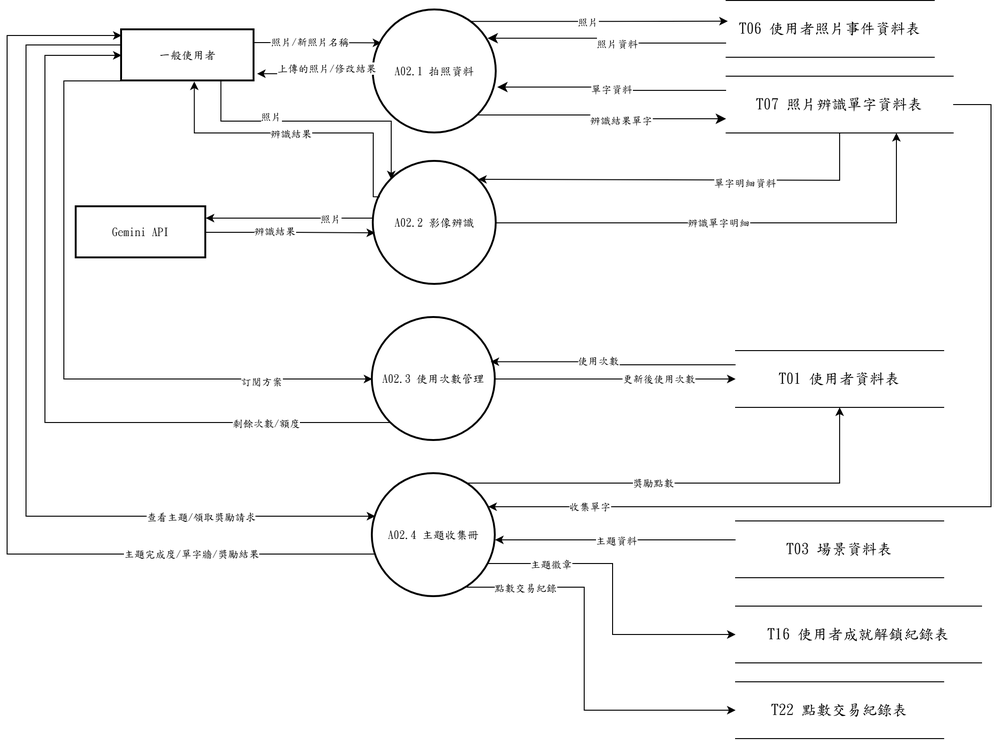
Above: 系統文件/第6章/DFD圖/圖2/新/圖2.drawio.png in s22452007/115502 (draw.io), before the change. Source tidied: cells renumbered, new cells last; positions are measured from the earlier drawing's top-left corner, leaving out a move shared by most shapes.
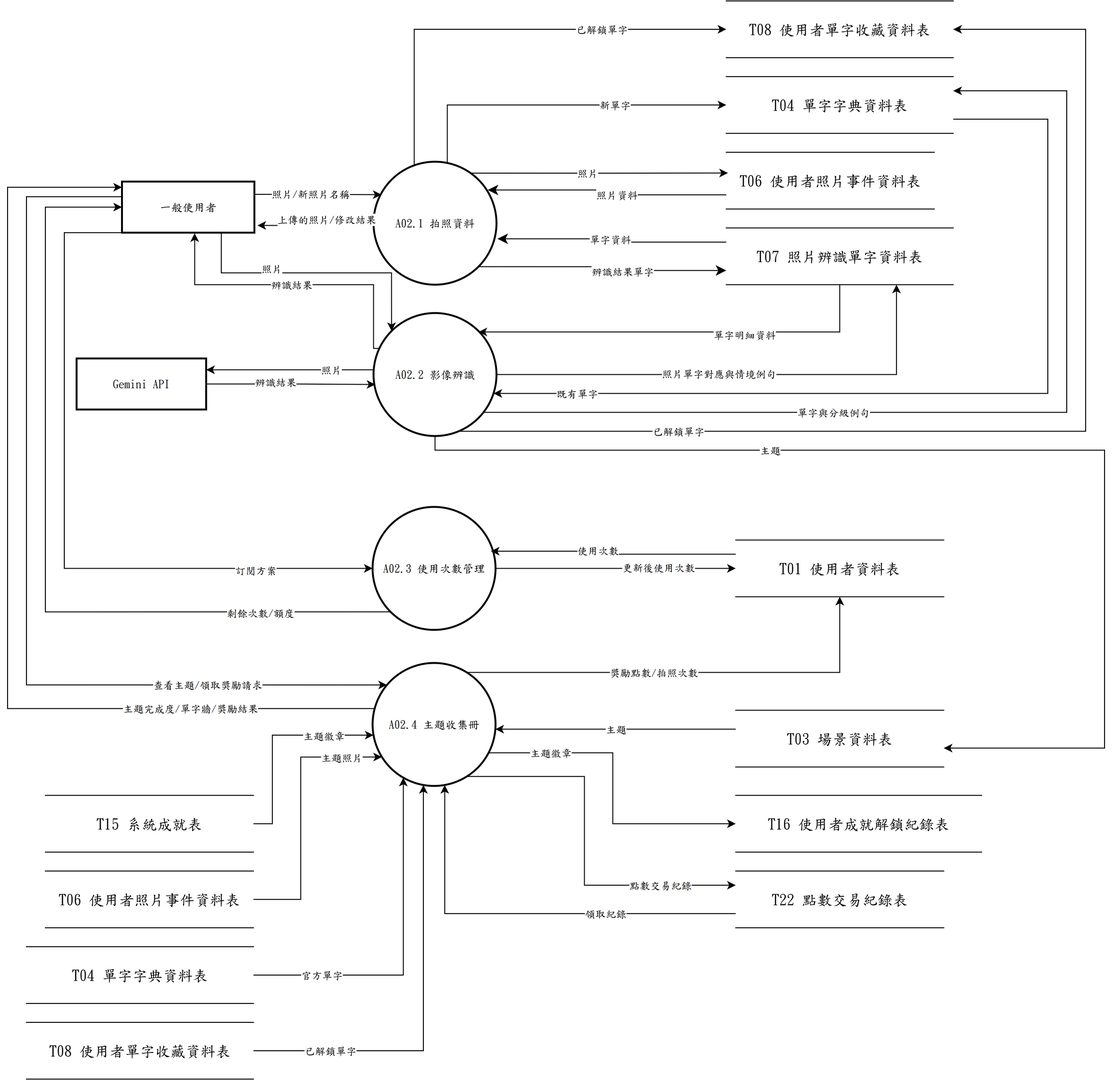
The same file after the commit.

What changed in the source:
```diff
@@ -12,7 +12,7 @@
       <mxGeometry relative="1" as="geometry">
         <Array as="points">
           <mxPoint x="60" y="85" />
-          <mxPoint x="60" y="400" />
+          <mxPoint x="60" y="440" />
         </Array>
       </mxGeometry>
     </mxCell>
@@ -106,7 +106,7 @@
         </Array>
       </mxGeometry>
     </mxCell>
-    <mxCell id="28" value="辨識單字明細" style="edgeLabel;html=1;align=center;verticalAlign=middle;fontFamily=標楷體;" parent="27" vertex="1">
+    <mxCell id="28" value="照片單字對應與情境例句" style="edgeLabel;html=1;align=center;verticalAlign=middle;fontFamily=標楷體;" parent="27" vertex="1">
       <mxGeometry x="-0.09" y="1" relative="1" as="geometry" />
     </mxCell>
     <mxCell id="29" value="A02.2 影像辨識" style="ellipse;strokeWidth=2;whiteSpace=wrap;fontFamily=標楷體;" parent="1" vertex="1">
@@ -133,7 +133,7 @@
     <mxCell id="34" style="edgeStyle=orthogonalEdgeStyle;rounded=0;jettySize=auto;html=1;exitX=0;exitY=1;exitDx=0;exitDy=0;entryX=0;entryY=0.5;entryDx=0;entryDy=0;" parent="1" edge="1" source="38" target="6">
       <mxGeometry relative="1" as="geometry">
         <Array as="points">
-          <mxPoint x="40" y="446" />
+          <mxPoint x="40" y="486" />
           <mxPoint x="40" y="58" />
         </Array>
       </mxGeometry>
@@ -152,10 +152,10 @@
       </mxGeometry>
     </mxCell>
     <mxCell id="38" value="A02.3 使用次數管理" style="ellipse;strokeWidth=2;whiteSpace=wrap;fontFamily=標楷體;" parent="1" vertex="1">
-      <mxGeometry x="386" y="335" width="130" height="130" as="geometry" />
+      <mxGeometry x="386" y="375" width="130" height="130" as="geometry" />
     </mxCell>
     <mxCell id="39" value="&lt;span lang=&quot;EN-US&quot; style=&quot;font-size: 12pt;&quot;&gt;T01&amp;nbsp;&lt;/span&gt;&lt;span style=&quot;font-size: 12pt;&quot;&gt;使用者資料表&lt;/span&gt;" style="shape=partialRectangle;whiteSpace=wrap;html=1;left=0;right=0;fontFamily=標楷體;fontSize=12;" parent="1" vertex="1">
-      <mxGeometry x="770" y="370" width="220" height="60" as="geometry" />
+      <mxGeometry x="770" y="410" width="220" height="60" as="geometry" />
     </mxCell>
     <mxCell id="40" style="edgeStyle=orthogonalEdgeStyle;rounded=0;jettySize=auto;html=1;exitX=0;exitY=0.25;exitDx=0;exitDy=0;entryX=0.962;entryY=0.36;entryDx=0;entryDy=0;entryPerimeter=0;" parent="1" edge="1" source="39" target="38">
       <mxGeometry relative="1" as="geometry" />
@@ -164,32 +164,32 @@
       <mxGeometry x="0.14" y="-1" relative="1" as="geometry" />
     </mxCell>
     <mxCell id="42" value="A02.4 主題收集冊" style="ellipse;strokeWidth=2;whiteSpace=wrap;fontFamily=標楷體;" parent="1" vertex="1">
-      <mxGeometry x="386" y="500" width="130" height="130" as="geometry" />
+      <mxGeometry x="386" y="540" width="130" height="130" as="geometry" />
     </mxCell>
     <mxCell id="43" value="&lt;span lang=&quot;EN-US&quot; style=&quot;font-size: 12pt;&quot;&gt;T03&amp;nbsp;&lt;/span&gt;&lt;span style=&quot;font-size: 12pt;&quot;&gt;場景資料表&lt;/span&gt;" style="shape=partialRectangle;whiteSpace=wrap;html=1;left=0;right=0;fontFamily=標楷體;" parent="1" vertex="1">
-      <mxGeometry x="770" y="550" width="220" height="60" as="geometry" />
+      <mxGeometry x="770" y="590" width="220" height="60" as="geometry" />
     </mxCell>
     <mxCell id="44" value="&lt;span lang=&quot;EN-US&quot; style=&quot;font-size: 12pt;&quot;&gt;T16&amp;nbsp;&lt;/span&gt;&lt;span style=&quot;font-size: 12pt;&quot;&gt;使用者成就解鎖紀錄表&lt;/span&gt;" style="shape=partialRectangle;whiteSpace=wrap;html=1;left=0;right=0;fontFamily=標楷體;" parent="1" vertex="1">
-      <mxGeometry x="770" y="640" width="260" height="60" as="geometry" />
+      <mxGeometry x="770" y="680" width="260" height="60" as="geometry" />
     </mxCell>
     <mxCell id="45" value="&lt;span lang=&quot;EN-US&quot; style=&quot;font-size: 12pt;&quot;&gt;T22&amp;nbsp;&lt;/span&gt;&lt;span style=&quot;font-size: 12pt;&quot;&gt;點數交易紀錄表&lt;/span&gt;" style="shape=partialRectangle;whiteSpace=wrap;html=1;left=0;right=0;fontFamily=標楷體;" parent="1" vertex="1">
-      <mxGeometry x="770" y="720" width="220" height="60" as="geometry" />
+      <mxGeometry x="770" y="760" width="220" height="60" as="geometry" />
     </mxCell>
-    <mxCell id="46" style="edgeStyle=orthogonalEdgeStyle;rounded=0;jettySize=auto;html=1;exitX=0.0000;exitY=0.2963;exitDx=0;exitDy=0;exitPerimeter=0;entryX=0.0243;entryY=0.3462;entryDx=0;entryDy=0;entryPerimeter=0;" parent="1" edge="1" source="6" target="42">
+    <mxCell id="46" style="edgeStyle=orthogonalEdgeStyle;rounded=0;jettySize=auto;html=1;exitX=0.0000;exitY=0.2963;exitDx=0;exitDy=0;exitPerimeter=0;entryX=0.1170;entryY=0.1786;entryDx=0;entryDy=0;entryPerimeter=0;" parent="1" edge="1" source="6" target="42">
       <mxGeometry relative="1" as="geometry">
         <Array as="points">
           <mxPoint x="20" y="47" />
-          <mxPoint x="20" y="545" />
+          <mxPoint x="20" y="563.2" />
         </Array>
       </mxGeometry>
     </mxCell>
     <mxCell id="47" value="查看主題/領取獎勵請求" style="edgeLabel;html=1;align=center;verticalAlign=middle;fontFamily=標楷體;" parent="46" vertex="1">
       <mxGeometry x="0.62" relative="1" as="geometry" />
     </mxCell>
-    <mxCell id="48" style="edgeStyle=orthogonalEdgeStyle;rounded=0;jettySize=auto;html=1;exitX=0.0243;exitY=0.6538;exitDx=0;exitDy=0;exitPerimeter=0;entryX=0.0000;entryY=0.1111;entryDx=0;entryDy=0;entryPerimeter=0;" parent="1" edge="1" source="42" target="6">
+    <mxCell id="48" style="edgeStyle=orthogonalEdgeStyle;rounded=0;jettySize=auto;html=1;exitX=0.0170;exitY=0.3706;exitDx=0;exitDy=0;exitPerimeter=0;entryX=0.0000;entryY=0.1111;entryDx=0;entryDy=0;entryPerimeter=0;" parent="1" edge="1" source="42" target="6">
       <mxGeometry relative="1" as="geometry">
         <Array as="points">
-          <mxPoint y="585" />
+          <mxPoint y="588.2" />
           <mxPoint y="37" />
         </Array>
       </mxGeometry>
@@ -200,51 +200,175 @@
     <mxCell id="50" style="edgeStyle=orthogonalEdgeStyle;rounded=0;jettySize=auto;html=1;exitX=0.7665;exitY=0.0769;exitDx=0;exitDy=0;exitPerimeter=0;entryX=0.5000;entryY=1.0000;entryDx=0;entryDy=0;entryPerimeter=0;" parent="1" edge="1" source="42" target="39">
       <mxGeometry relative="1" as="geometry">
         <Array as="points">
-          <mxPoint x="880" y="510" />
+          <mxPoint x="880" y="550" />
         </Array>
       </mxGeometry>
     </mxCell>
-    <mxCell id="51" value="獎勵點數" style="edgeLabel;html=1;align=center;verticalAlign=middle;fontFamily=標楷體;" parent="50" vertex="1">
+    <mxCell id="51" value="獎勵點數/拍照次數" style="edgeLabel;html=1;align=center;verticalAlign=middle;fontFamily=標楷體;" parent="50" vertex="1">
       <mxGeometry x="-0.17" relative="1" as="geometry" />
     </mxCell>
-    <mxCell id="52" style="edgeStyle=orthogonalEdgeStyle;rounded=0;jettySize=auto;html=1;exitX=1.0000;exitY=0.5000;exitDx=0;exitDy=0;exitPerimeter=0;entryX=0.9436;entryY=0.2692;entryDx=0;entryDy=0;entryPerimeter=0;" parent="1" edge="1" source="13" target="42">
-      <mxGeometry relative="1" as="geometry">
-        <Array as="points">
-          <mxPoint x="1040" y="110" />
-          <mxPoint x="1040" y="535" />
-        </Array>
-      </mxGeometry>
-    </mxCell>
-    <mxCell id="53" value="收集單字" style="edgeLabel;html=1;align=center;verticalAlign=middle;fontFamily=標楷體;" parent="52" vertex="1">
-      <mxGeometry x="0.79" relative="1" as="geometry" />
-    </mxCell>
     <mxCell id="54" style="edgeStyle=orthogonalEdgeStyle;rounded=0;jettySize=auto;html=1;exitX=0.0000;exitY=0.3333;exitDx=0;exitDy=0;exitPerimeter=0;entryX=0.9985;entryY=0.5385;entryDx=0;entryDy=0;entryPerimeter=0;" parent="1" edge="1" source="43" target="42">
       <mxGeometry relative="1" as="geometry" />
     </mxCell>
-    <mxCell id="55" value="主題資料" style="edgeLabel;html=1;align=center;verticalAlign=middle;fontFamily=標楷體;" parent="54" vertex="1">
+    <mxCell id="55" value="主題" style="edgeLabel;html=1;align=center;verticalAlign=middle;fontFamily=標楷體;" parent="54" vertex="1">
       <mxGeometry relative="1" as="geometry" />
     </mxCell>
     <mxCell id="56" style="edgeStyle=orthogonalEdgeStyle;rounded=0;jettySize=auto;html=1;exitX=0.9436;exitY=0.7308;exitDx=0;exitDy=0;exitPerimeter=0;entryX=0.0000;entryY=0.5000;entryDx=0;entryDy=0;entryPerimeter=0;" parent="1" edge="1" source="42" target="44">
       <mxGeometry relative="1" as="geometry">
         <Array as="points">
-          <mxPoint x="640" y="595" />
-          <mxPoint x="640" y="670" />
+          <mxPoint x="640" y="635" />
+          <mxPoint x="640" y="710" />
         </Array>
       </mxGeometry>
     </mxCell>
     <mxCell id="57" value="主題徽章" style="edgeLabel;html=1;align=center;verticalAlign=middle;fontFamily=標楷體;" parent="56" vertex="1">
       <mxGeometry x="-0.61" relative="1" as="geometry" />
     </mxCell>
-    <mxCell id="58" style="edgeStyle=orthogonalEdgeStyle;rounded=0;jettySize=auto;html=1;exitX=0.7665;exitY=0.9231;exitDx=0;exitDy=0;exitPerimeter=0;entryX=0.0000;entryY=0.5000;entryDx=0;entryDy=0;entryPerimeter=0;" parent="1" edge="1" source="42" target="45">
+    <mxCell id="58" style="edgeStyle=orthogonalEdgeStyle;rounded=0;jettySize=auto;html=1;exitX=0.7665;exitY=0.9231;exitDx=0;exitDy=0;exitPerimeter=0;entryX=0.0000;entryY=0.2500;entryDx=0;entryDy=0;entryPerimeter=0;" parent="1" edge="1" source="42" target="45">
       <mxGeometry relative="1" as="geometry">
         <Array as="points">
-          <mxPoint x="610" y="620" />
-          <mxPoint x="610" y="750" />
+          <mxPoint x="610" y="660" />
+          <mxPoint x="610" y="775" />
         </Array>
       </mxGeometry>
     </mxCell>
     <mxCell id="59" value="點數交易紀錄" style="edgeLabel;html=1;align=center;verticalAlign=middle;fontFamily=標楷體;" parent="58" vertex="1">
-      <mxGeometry x="-0.7" relative="1" as="geometry" />
+      <mxGeometry x="0.6" relative="1" as="geometry" />
     </mxCell>
+    <mxCell id="60" value="&lt;span lang=&quot;EN-US&quot; style=&quot;font-size: 12pt;&quot;&gt;T08&amp;nbsp;&lt;/span&gt;&lt;span style=&quot;font-size: 12pt;&quot;&gt;使用者單字收藏資料表&lt;/span&gt;" style="shape=partialRectangle;whiteSpace=wrap;html=1;left=0;right=0;fontFamily=標楷體;" parent="1" vertex="1">
+      <mxGeometry x="760" y="-160" width="240" height="60" as="geometry" />
+    </mxCell>
+    <mxCell id="61" value="&lt;span lang=&quot;EN-US&quot; style=&quot;font-size: 12pt;&quot;&gt;T04&amp;nbsp;&lt;/span&gt;&lt;span style=&quot;font-size: 12pt;&quot;&gt;單字字典資料表&lt;/span&gt;" style="shape=partialRectangle;whiteSpace=wrap;html=1;left=0;right=0;fontFamily=標楷體;" parent="1" vertex="1">
+      <mxGeometry x="760" y="-80" width="240" height="60" as="geometry" />
+    </mxCell>
+    <mxCell id="62" style="edgeStyle=orthogonalEdgeStyle;rounded=0;jettySize=auto;html=1;exitX=0.3308;exitY=0.0295;exitDx=0;exitDy=0;exitPerimeter=0;entryX=0.0000;entryY=0.5000;entryDx=0;entryDy=0;entryPerimeter=0;" parent="1" edge="1" source="9" target="60">
+      <mxGeometry relative="1" as="geometry">
+        <Array as="points">
+          <mxPoint x="430" y="-130" />
+        </Array>
+      </mxGeometry>
+    </mxCell>
+    <mxCell id="63" value="已解鎖單字" style="edgeLabel;html=1;align=center;verticalAlign=middle;fontFamily=標楷體;" parent="62" vertex="1">
+      <mxGeometry x="0.44" relative="1" as="geometry" />
+    </mxCell>
+    <mxCell id="64" style="edgeStyle=orthogonalEdgeStyle;rounded=0;jettySize=auto;html=1;exitX=0.6000;exitY=0.0101;exitDx=0;exitDy=0;exitPerimeter=0;entryX=0.0000;entryY=0.5000;entryDx=0;entryDy=0;entryPerimeter=0;" parent="1" edge="1" source="9" target="61">
+      <mxGeometry relative="1" as="geometry">
+        <Array as="points">
+          <mxPoint x="465" y="-50" />
+        </Array>
+      </mxGeometry>
+    </mxCell>
+    <mxCell id="65" value="新單字" style="edgeLabel;html=1;align=center;verticalAlign=middle;fontFamily=標楷體;" parent="64" vertex="1">
+      <mxGeometry x="0.34" relative="1" as="geometry" />
+    </mxCell>
+    <mxCell id="66" style="edgeStyle=orthogonalEdgeStyle;rounded=0;jettySize=auto;html=1;exitX=1.0000;exitY=0.7500;exitDx=0;exitDy=0;exitPerimeter=0;entryX=0.9757;entryY=0.6538;entryDx=0;entryDy=0;entryPerimeter=0;" parent="1" edge="1" source="61" target="29">
+      <mxGeometry relative="1" as="geometry">
+        <Array as="points">
+          <mxPoint x="1100" y="-35" />
+          <mxPoint x="1100" y="255" />
+        </Array>
+      </mxGeometry>
+    </mxCell>
+    <mxCell id="67" value="既有單字" style="edgeLabel;html=1;align=center;verticalAlign=middle;fontFamily=標楷體;" parent="66" vertex="1">
+      <mxGeometry x="0.82" relative="1" as="geometry" />
+    </mxCell>
+    <mxCell id="68" style="edgeStyle=orthogonalEdgeStyle;rounded=0;jettySize=auto;html=1;exitX=0.8941;exitY=0.8077;exitDx=0;exitDy=0;exitPerimeter=0;entryX=1.0000;entryY=0.2500;entryDx=0;entryDy=0;entryPerimeter=0;" parent="1" edge="1" source="29" target="61">
+      <mxGeometry relative="1" as="geometry">
+        <Array as="points">
+          <mxPoint x="1120" y="275" />
+          <mxPoint x="1120" y="-65" />
+        </Array>
+      </mxGeometry>
+    </mxCell>
+    <mxCell id="69" value="單字與分級例句" style="edgeLabel;html=1;align=center;verticalAlign=middle;fontFamily=標楷體;" parent="68" vertex="1">
+      <mxGeometry x="-0.31" relative="1" as="geometry" />
+    </mxCell>
+    <mxCell id="70" style="edgeStyle=orthogonalEdgeStyle;rounded=0;jettySize=auto;html=1;exitX=0.6923;exitY=0.9615;exitDx=0;exitDy=0;exitPerimeter=0;entryX=1.0000;entryY=0.5000;entryDx=0;entryDy=0;entryPerimeter=0;" parent="1" edge="1" source="29" target="60">
+      <mxGeometry relative="1" as="geometry">
+        <Array as="points">
+          <mxPoint x="1140" y="295" />
+          <mxPoint x="1140" y="-130" />
+        </Array>
+      </mxGeometry>
+    </mxCell>
+    <mxCell id="71" value="已解鎖單字" style="edgeLabel;html=1;align=center;verticalAlign=middle;fontFamily=標楷體;" parent="70" vertex="1">
+      <mxGeometry x="-0.62" relative="1" as="geometry" />
+    </mxCell>
+    <mxCell id="72" style="edgeStyle=orthogonalEdgeStyle;rounded=0;jettySize=auto;html=1;exitX=0.5000;exitY=1.0000;exitDx=0;exitDy=0;exitPerimeter=0;entryX=1.0000;entryY=0.6667;entryDx=0;entryDy=0;entryPerimeter=0;" parent="1" edge="1" source="29" target="43">
+      <mxGeometry relative="1" as="geometry">
+        <Array as="points">
+          <mxPoint x="452" y="315" />
+          <mxPoint x="1160" y="315" />
+          <mxPoint x="1160" y="630" />
+        </Array>
+      </mxGeometry>
+    </mxCell>
+    <mxCell id="73" value="主題" style="edgeLabel;html=1;align=center;verticalAlign=middle;fontFamily=標楷體;" parent="72" vertex="1">
+      <mxGeometry x="-0.39" relative="1" as="geometry" />
+    </mxCell>
+    <mxCell id="74" style="edgeStyle=orthogonalEdgeStyle;rounded=0;jettySize=auto;html=1;exitX=0.0000;exitY=0.7500;exitDx=0;exitDy=0;exitPerimeter=0;entryX=0.5868;entryY=0.9924;entryDx=0;entryDy=0;entryPerimeter=0;" parent="1" edge="1" source="45" target="42">
+      <mxGeometry relative="1" as="geometry">
+        <Array as="points">
+          <mxPoint x="462.3" y="805" />
+        </Array>
+      </mxGeometry>
+    </mxCell>
+    <mxCell id="75" value="領取紀錄" style="edgeLabel;html=1;align=center;verticalAlign=middle;fontFamily=標楷體;" parent="74" vertex="1">
+      <mxGeometry x="-0.38" relative="1" as="geometry" />
+    </mxCell>
+    <mxCell id="76" value="&lt;span lang=&quot;EN-US&quot; style=&quot;font-size: 12pt;&quot;&gt;T15&amp;nbsp;&lt;/span&gt;&lt;span style=&quot;font-size: 12pt;&quot;&gt;系統成就表&lt;/span&gt;" style="shape=partialRectangle;whiteSpace=wrap;html=1;left=0;right=0;fontFamily=標楷體;" parent="1" vertex="1">
+      <mxGeometry x="40" y="680" width="220" height="60" as="geometry" />
+    </mxCell>
+    <mxCell id="77" value="&lt;span lang=&quot;EN-US&quot; style=&quot;font-size: 12pt;&quot;&gt;T06&amp;nbsp;&lt;/span&gt;&lt;span style=&quot;font-size: 12pt;&quot;&gt;使用者照片事件資料表&lt;/span&gt;" style="shape=partialRectangle;whiteSpace=wrap;html=1;left=0;right=0;fontFamily=標楷體;" parent="1" vertex="1">
+      <mxGeometry x="40" y="760" width="220" height="60" as="geometry" />
+    </mxCell>
+    <mxCell id="78" value="&lt;span lang=&quot;EN-US&quot; style=&quot;font-size: 12pt;&quot;&gt;T04&amp;nbsp;&lt;/span&gt;&lt;span style=&quot;font-size: 12pt;&quot;&gt;單字字典資料表&lt;/span&gt;" style="shape=partialRectangle;whiteSpace=wrap;html=1;left=0;right=0;fontFamily=標楷體;" parent="1" vertex="1">
+      <mxGeometry x="20" y="840" width="240" height="60" as="geometry" />
+    </mxCell>
+    <mxCell id="79" value="&lt;span lang=&quot;EN-US&quot; style=&quot;font-size: 12pt;&quot;&gt;T08&amp;nbsp;&lt;/span&gt;&lt;span style=&quot;font-size: 12pt;&quot;&gt;使用者單字收藏資料表&lt;/span&gt;" style="shape=partialRectangle;whiteSpace=wrap;html=1;left=0;right=0;fontFamily=標楷體;" parent="1" vertex="1">
+      <mxGeometry x="20" y="920" width="240" height="60" as="geometry" />
+    </mxCell>
+    <mxCell id="80" style="edgeStyle=orthogonalEdgeStyle;rounded=0;jettySize=auto;html=1;exitX=1.0000;exitY=0.5000;exitDx=0;exitDy=0;exitPerimeter=0;entryX=0.0076;entryY=0.5868;entryDx=0;entryDy=0;entryPerimeter=0;" parent="1" edge="1" source="76" target="42">
+      <mxGeometry relative="1" as="geometry">
+        <Array as="points">
+          <mxPoint x="280" y="710" />
+          <mxPoint x="280" y="616.3" />
+        </Array>
+      </mxGeometry>
+    </mxCell>
+    <mxCell id="81" value="主題徽章" style="edgeLabel;html=1;align=center;verticalAlign=middle;fontFamily=標楷體;" parent="80" vertex="1">
+      <mxGeometry x="0.52" relative="1" as="geometry" />
+    </mxCell>
+    <mxCell id="82" style="edgeStyle=orthogonalEdgeStyle;rounded=0;jettySize=auto;html=1;exitX=1.0000;exitY=0.5000;exitDx=0;exitDy=0;exitPerimeter=0;entryX=0.0760;entryY=0.7650;entryDx=0;entryDy=0;entryPerimeter=0;" parent="1" edge="1" source="77" target="42">
+      <mxGeometry relative="1" as="geometry">
+        <Array as="points">
+          <mxPoint x="310" y="790" />
+          <mxPoint x="310" y="639.4" />
+        </Array>
+      </mxGeometry>
+    </mxCell>
+    <mxCell id="83" value="主題照片" style="edgeLabel;html=1;align=center;verticalAlign=middle;fontFamily=標楷體;" parent="82" vertex="1">
+      <mxGeometry x="0.7" relative="1" as="geometry" />
+    </mxCell>
+    <mxCell id="84" style="edgeStyle=orthogonalEdgeStyle;rounded=0;jettySize=auto;html=1;exitX=1.0000;exitY=0.5000;exitDx=0;exitDy=0;exitPerimeter=0;entryX=0.2500;entryY=0.9330;entryDx=0;entryDy=0;entryPerimeter=0;" parent="1" edge="1" source="78" target="42">
+      <mxGeometry relative="1" as="geometry">
+        <Array as="points">
+          <mxPoint x="418.5" y="870" />
+        </Array>
+      </mxGeometry>
+    </mxCell>
+    <mxCell id="85" value="官方單字" style="edgeLabel;html=1;align=center;verticalAlign=middle;fontFamily=標楷體;" parent="84" vertex="1">
+      <mxGeometry x="-0.61" relative="1" as="geometry" />
+    </mxCell>
+    <mxCell id="86" style="edgeStyle=orthogonalEdgeStyle;rounded=0;jettySize=auto;html=1;exitX=1.0000;exitY=0.5000;exitDx=0;exitDy=0;exitPerimeter=0;entryX=0.4132;entryY=0.9924;entryDx=0;entryDy=0;entryPerimeter=0;" parent="1" edge="1" source="79" target="42">
+      <mxGeometry relative="1" as="geometry">
+        <Array as="points">
+          <mxPoint x="439.7" y="950" />
+        </Array>
+      </mxGeometry>
+    </mxCell>
+    <mxCell id="87" value="已解鎖單字" style="edgeLabel;html=1;align=center;verticalAlign=middle;fontFamily=標楷體;" parent="86" vertex="1">
+      <mxGeometry x="-0.65" relative="1" as="geometry" />
+    </mxCell>
   </root>
 </mxGraphModel>
```
